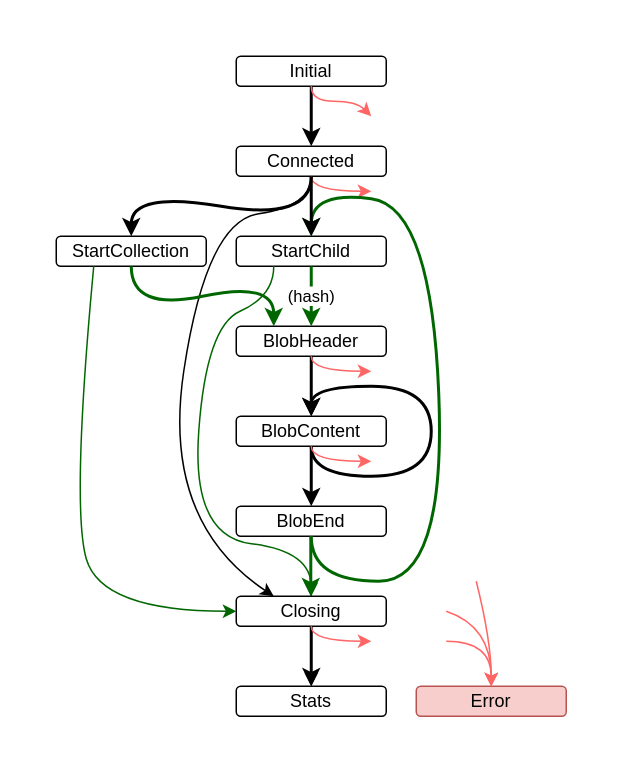
The draw.io diagram docs/img/get_machine.drawio in n0-computer/iroh, before the edit. Source tidied: cells renumbered, new cells numbered last; positions are measured from the earlier drawing's top-left corner, leaving out a move shared by most shapes. Both pictures are drawn from the tidied source at 150%, with x=0, y=0 at pixel (26, 26).
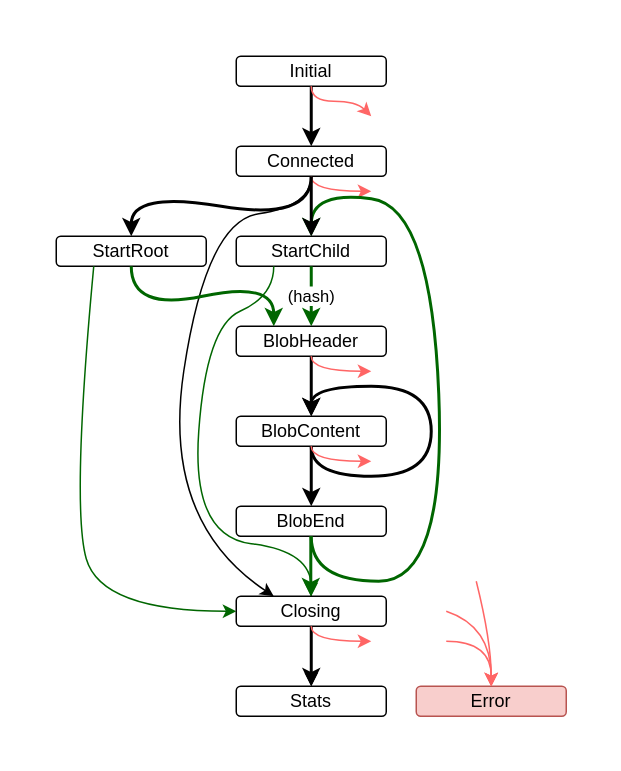
The same diagram, later.

Commit message (it also covers changes not shown here):
update svg to match new state name (StartCollection -> StartRoot)

Change to the diagram source:
```diff
@@
-    <mxCell id="6" value="StartCollection" style="rounded=1;whiteSpace=wrap;html=1;" parent="1" vertex="1">
+    <mxCell id="6" value="StartRoot" style="rounded=1;whiteSpace=wrap;html=1;" parent="1" vertex="1">
       <mxGeometry x="20" y="140" width="100" height="20" as="geometry" />
     </mxCell>
```
